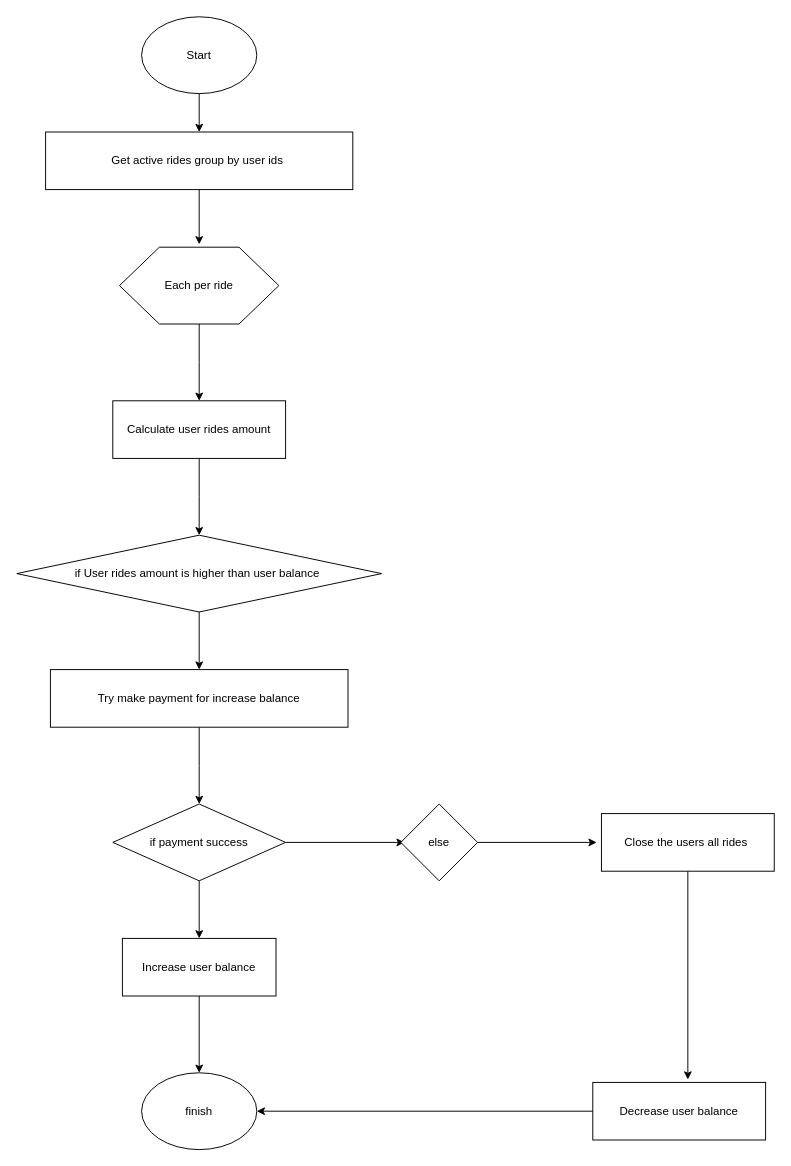
The draw.io diagram Untitled Diagram.drawio in berkantunal/arabam-com-bot, before the edit. Source tidied: cells renumbered, new cells numbered last; positions are measured from the earlier drawing's top-left corner, leaving out a move shared by most shapes. Both pictures are drawn from the tidied source at 96%, with x=0, y=0 at pixel (16, 16).
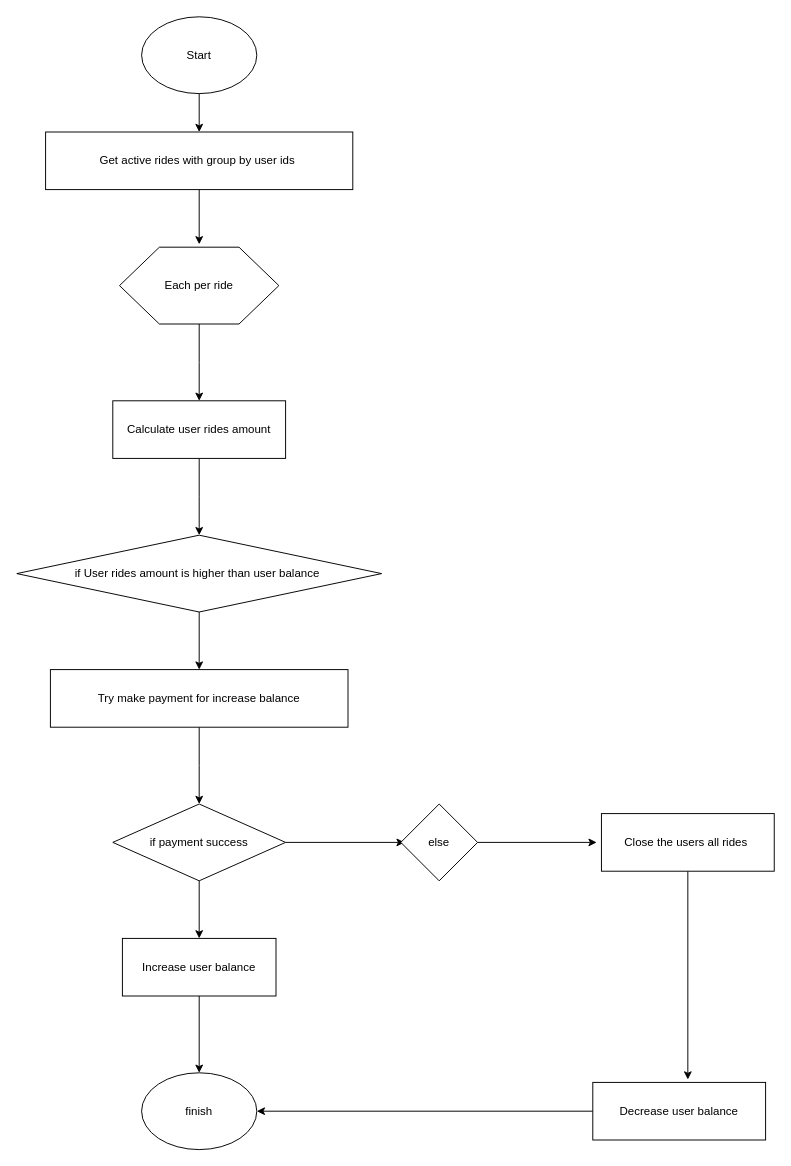
After the change.

Change to the diagram source:
```diff
@@
-    <mxCell id="3" value="Get active rides group by user ids&amp;nbsp;" style="rounded=0;whiteSpace=wrap;html=1;" parent="1" vertex="1">
+    <mxCell id="3" value="Get active rides with group by user ids&amp;nbsp;" style="rounded=0;whiteSpace=wrap;html=1;" parent="1" vertex="1">
       <mxGeometry x="30" y="120" width="320" height="60" as="geometry" />
     </mxCell>
```
